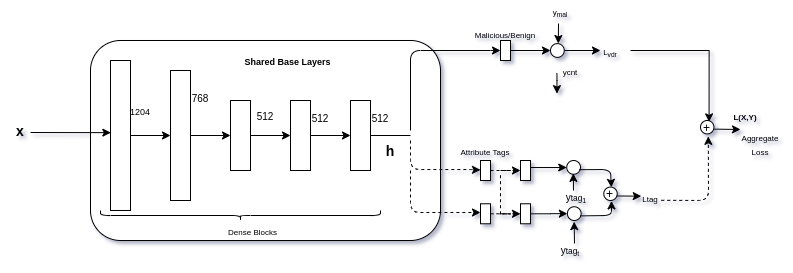
Above: ALOHA.png in ighosh98/DGA-Prediction (draw.io), before the change. Source tidied: cells renumbered, new cells last; positions are measured from the earlier drawing's top-left corner, leaving out a move shared by most shapes.
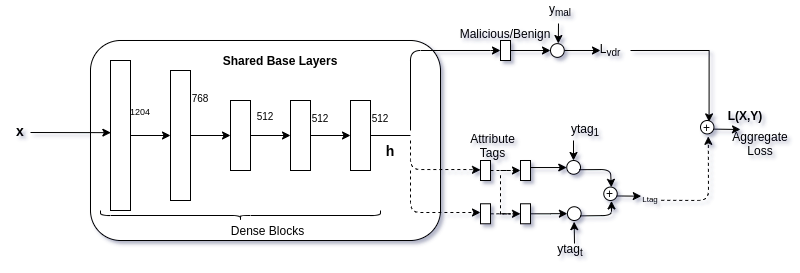
After the change.

Change to the diagram source:
```diff
@@ -120,10 +120,10 @@
         </Array>
       </mxGeometry>
     </mxCell>
-    <mxCell id="31" value="&lt;font style=&quot;font-size: 8px&quot;&gt;Attribute Tags&lt;/font&gt;" style="text;html=1;strokeColor=none;fillColor=none;align=center;verticalAlign=middle;whiteSpace=wrap;rounded=0;" parent="1" vertex="1">
-      <mxGeometry x="455" y="140" width="60" height="20" as="geometry" />
+    <mxCell id="31" value="&lt;font style=&quot;font-size: 12px&quot;&gt;Attribute Tags&lt;/font&gt;" style="text;html=1;strokeColor=none;fillColor=none;align=center;verticalAlign=middle;whiteSpace=wrap;rounded=0;" parent="1" vertex="1">
+      <mxGeometry x="455" y="130" width="75" height="30" as="geometry" />
     </mxCell>
-    <mxCell id="32" value="&lt;font style=&quot;font-size: 8px&quot;&gt;Malicious/Benign&lt;/font&gt;" style="text;html=1;strokeColor=none;fillColor=none;align=center;verticalAlign=middle;whiteSpace=wrap;rounded=0;" parent="1" vertex="1">
+    <mxCell id="32" value="&lt;font style=&quot;font-size: 12px&quot;&gt;Malicious/Benign&lt;/font&gt;" style="text;html=1;strokeColor=none;fillColor=none;align=center;verticalAlign=middle;whiteSpace=wrap;rounded=0;" parent="1" vertex="1">
       <mxGeometry x="450" y="23.1" width="110" height="20" as="geometry" />
     </mxCell>
     <mxCell id="33" style="endArrow=classic;html=1;entryX=0.971;entryY=0.994;entryDx=0;entryDy=0;entryPerimeter=0;" parent="1" edge="1">
@@ -132,18 +132,10 @@
         <mxPoint x="557.8" y="43" as="targetPoint" />
       </mxGeometry>
     </mxCell>
-    <mxCell id="34" style="endArrow=classic;html=1;" parent="1" edge="1">
-      <mxGeometry relative="1" as="geometry">
-        <mxPoint x="556" y="73" as="sourcePoint" />
-        <mxPoint x="556.5" y="93.1" as="targetPoint" />
-        <Array as="points">
-          <mxPoint x="556.5" y="73.1" />
-        </Array>
-      </mxGeometry>
-    </mxCell>
-    <mxCell id="35" style="endArrow=classic;html=1;entryX=0.478;entryY=0.938;entryDx=0;entryDy=0;entryPerimeter=0;" parent="1" edge="1" target="28">
+    <mxCell id="35" style="endArrow=classic;html=1;" parent="1" edge="1">
       <mxGeometry relative="1" as="geometry">
-        <mxPoint x="573" y="190" as="sourcePoint" />
+        <mxPoint x="573" y="140" as="sourcePoint" />
+        <mxPoint x="573" y="160" as="targetPoint" />
       </mxGeometry>
     </mxCell>
     <mxCell id="36" value="&lt;font style=&quot;font-size: 9px&quot;&gt;1204&lt;/font&gt;&lt;span style=&quot;color: rgba(0 , 0 , 0 , 0) ; font-family: monospace ; font-size: 0px&quot;&gt;%3CmxGraphModel%3E%3Croot%3E%3CmxCell%20id%3D%220%22%2F%3E%3CmxCell%20id%3D%221%22%20parent%3D%220%22%2F%3E%3CmxCell%20id%3D%222%22%20value%3D%22%22%20style%3D%22endArrow%3Dclassic%3Bhtml%3D1%3B%22%20edge%3D%221%22%20parent%3D%221%22%3E%3CmxGeometry%20width%3D%2250%22%20height%3D%2250%22%20relative%3D%221%22%20as%3D%22geometry%22%3E%3CmxPoint%20x%3D%22645%22%20y%3D%22290%22%20as%3D%22sourcePoint%22%2F%3E%3CmxPoint%20x%3D%22645%22%20y%3D%22268%22%20as%3D%22targetPoint%22%2F%3E%3CArray%20as%3D%22points%22%2F%3E%3C%2FmxGeometry%3E%3C%2FmxCell%3E%3C%2Froot%3E%3C%2FmxGraphModel%3E&lt;/span&gt;" style="text;html=1;strokeColor=none;fillColor=none;align=center;verticalAlign=middle;whiteSpace=wrap;rounded=0;" parent="1" vertex="1">
@@ -169,16 +161,13 @@
     <mxCell id="42" value="&lt;b&gt;&lt;font style=&quot;font-size: 14px&quot;&gt;x&lt;/font&gt;&lt;/b&gt;" style="text;html=1;strokeColor=none;fillColor=none;align=center;verticalAlign=middle;whiteSpace=wrap;rounded=0;" parent="1" vertex="1">
       <mxGeometry y="120" width="40" height="20" as="geometry" />
     </mxCell>
-    <mxCell id="43" value="&lt;font style=&quot;font-size: 8px&quot;&gt;y&lt;sub&gt;mal&lt;/sub&gt;&lt;/font&gt;" style="text;html=1;strokeColor=none;fillColor=none;align=center;verticalAlign=middle;whiteSpace=wrap;rounded=0;" parent="1" vertex="1">
+    <mxCell id="43" value="&lt;font style=&quot;font-size: 12px&quot;&gt;y&lt;sub&gt;mal&lt;/sub&gt;&lt;/font&gt;" style="text;html=1;strokeColor=none;fillColor=none;align=center;verticalAlign=middle;whiteSpace=wrap;rounded=0;" parent="1" vertex="1">
       <mxGeometry x="550" width="20" height="20" as="geometry" />
     </mxCell>
-    <mxCell id="44" value="&lt;font style=&quot;font-size: 8px&quot;&gt;ycnt&lt;/font&gt;" style="text;html=1;strokeColor=none;fillColor=none;align=center;verticalAlign=middle;whiteSpace=wrap;rounded=0;" parent="1" vertex="1">
-      <mxGeometry x="560" y="60" width="20" height="20" as="geometry" />
-    </mxCell>
-    <mxCell id="45" value="&lt;font size=&quot;1&quot;&gt;y&lt;/font&gt;&lt;span style=&quot;font-size: 8.33333px&quot;&gt;tag&lt;sub&gt;1&lt;/sub&gt;&lt;/span&gt;" style="text;html=1;strokeColor=none;fillColor=none;align=center;verticalAlign=middle;whiteSpace=wrap;rounded=0;" parent="1" vertex="1">
-      <mxGeometry x="566.2" y="186.6" width="20" height="20" as="geometry" />
+    <mxCell id="45" value="&lt;font style=&quot;font-size: 12px&quot;&gt;ytag&lt;sub&gt;1&lt;/sub&gt;&lt;/font&gt;" style="text;html=1;strokeColor=none;fillColor=none;align=center;verticalAlign=middle;whiteSpace=wrap;rounded=0;" parent="1" vertex="1">
+      <mxGeometry x="570" y="120" width="30" height="20" as="geometry" />
     </mxCell>
-    <mxCell id="46" value="&lt;font size=&quot;1&quot;&gt;y&lt;/font&gt;&lt;span style=&quot;font-size: 8.33333px&quot;&gt;tag&lt;sub&gt;t&lt;/sub&gt;&lt;/span&gt;" style="text;html=1;strokeColor=none;fillColor=none;align=center;verticalAlign=middle;whiteSpace=wrap;rounded=0;" parent="1" vertex="1">
+    <mxCell id="46" value="&lt;font style=&quot;font-size: 12px&quot;&gt;ytag&lt;sub&gt;t&lt;/sub&gt;&lt;/font&gt;" style="text;html=1;strokeColor=none;fillColor=none;align=center;verticalAlign=middle;whiteSpace=wrap;rounded=0;" parent="1" vertex="1">
       <mxGeometry x="560" y="240" width="20" height="20" as="geometry" />
     </mxCell>
     <mxCell id="47" style="endArrow=none;dashed=1;html=1;jumpSize=3;" parent="1" edge="1">
@@ -190,7 +179,7 @@
     <mxCell id="48" style="edgeStyle=orthogonalEdgeStyle;rounded=0;jumpSize=3;jettySize=auto;html=1;strokeWidth=1;entryX=0.638;entryY=0.103;entryDx=0;entryDy=0;entryPerimeter=0;" parent="1" edge="1" source="49" target="54">
       <mxGeometry relative="1" as="geometry" />
     </mxCell>
-    <mxCell id="49" value="&lt;font style=&quot;font-size: 8px&quot;&gt;L&lt;sub&gt;vdr&lt;/sub&gt;&lt;/font&gt;" style="text;html=1;strokeColor=none;fillColor=none;align=center;verticalAlign=middle;whiteSpace=wrap;rounded=0;" parent="1" vertex="1">
+    <mxCell id="49" value="&lt;font style=&quot;font-size: 12px&quot;&gt;L&lt;sub&gt;vdr&lt;/sub&gt;&lt;/font&gt;" style="text;html=1;strokeColor=none;fillColor=none;align=center;verticalAlign=middle;whiteSpace=wrap;rounded=0;" parent="1" vertex="1">
       <mxGeometry x="590" y="40" width="40" height="20" as="geometry" />
     </mxCell>
     <mxCell id="50" style="endArrow=classic;html=1;strokeWidth=1;exitX=0.891;exitY=0.67;exitDx=0;exitDy=0;exitPerimeter=0;entryX=0.564;entryY=0.021;entryDx=0;entryDy=0;entryPerimeter=0;" parent="1" edge="1" source="28" target="51">
@@ -231,20 +220,20 @@
         <mxPoint x="740" y="129" as="targetPoint" />
       </mxGeometry>
     </mxCell>
-    <mxCell id="58" value="&lt;span style=&quot;font-size: 8px&quot;&gt;&lt;b&gt;L(X,Y)&lt;/b&gt;&lt;/span&gt;" style="text;html=1;strokeColor=none;fillColor=none;align=center;verticalAlign=middle;whiteSpace=wrap;rounded=0;" parent="1" vertex="1">
+    <mxCell id="58" value="&lt;b&gt;&lt;font style=&quot;font-size: 12px&quot;&gt;L(X,Y)&lt;/font&gt;&lt;/b&gt;" style="text;html=1;strokeColor=none;fillColor=none;align=center;verticalAlign=middle;whiteSpace=wrap;rounded=0;" parent="1" vertex="1">
       <mxGeometry x="730" y="105" width="30" height="20" as="geometry" />
     </mxCell>
-    <mxCell id="59" value="&lt;font style=&quot;font-size: 8px&quot;&gt;Aggregate Loss&lt;/font&gt;" style="text;html=1;strokeColor=none;fillColor=none;align=center;verticalAlign=middle;whiteSpace=wrap;rounded=0;" parent="1" vertex="1">
+    <mxCell id="59" value="&lt;font style=&quot;font-size: 12px&quot;&gt;Aggregate Loss&lt;/font&gt;" style="text;html=1;strokeColor=none;fillColor=none;align=center;verticalAlign=middle;whiteSpace=wrap;rounded=0;" parent="1" vertex="1">
       <mxGeometry x="740" y="133.4" width="40" height="20" as="geometry" />
     </mxCell>
-    <mxCell id="60" value="&lt;font style=&quot;font-size: 9px&quot;&gt;&lt;b&gt;Shared Base Layers&lt;/b&gt;&lt;/font&gt;" style="text;html=1;strokeColor=none;fillColor=none;align=center;verticalAlign=middle;whiteSpace=wrap;rounded=0;" parent="1" vertex="1">
-      <mxGeometry x="235" y="50" width="105" height="20" as="geometry" />
+    <mxCell id="60" value="&lt;font style=&quot;font-size: 12px&quot;&gt;&lt;b&gt;Shared Base Layers&lt;/b&gt;&lt;/font&gt;" style="text;html=1;strokeColor=none;fillColor=none;align=center;verticalAlign=middle;whiteSpace=wrap;rounded=0;" parent="1" vertex="1">
+      <mxGeometry x="220" y="50" width="120" height="20" as="geometry" />
     </mxCell>
     <mxCell id="61" style="shape=curlyBracket;whiteSpace=wrap;html=1;rounded=1;direction=north;" parent="1" vertex="1">
       <mxGeometry x="100" y="210" width="280" height="10" as="geometry" />
     </mxCell>
-    <mxCell id="62" value="&lt;font style=&quot;font-size: 8px&quot;&gt;Dense Blocks&lt;/font&gt;" style="text;html=1;strokeColor=none;fillColor=none;align=center;verticalAlign=middle;whiteSpace=wrap;rounded=0;" parent="1" vertex="1">
-      <mxGeometry x="215" y="220" width="75" height="20" as="geometry" />
+    <mxCell id="62" value="&lt;font style=&quot;font-size: 12px&quot;&gt;Dense Blocks&lt;/font&gt;" style="text;html=1;strokeColor=none;fillColor=none;align=center;verticalAlign=middle;whiteSpace=wrap;rounded=0;" parent="1" vertex="1">
+      <mxGeometry x="215" y="220" width="105" height="20" as="geometry" />
     </mxCell>
     <mxCell id="63" value="&lt;b&gt;&lt;font style=&quot;font-size: 14px&quot;&gt;h&lt;/font&gt;&lt;/b&gt;" style="text;html=1;strokeColor=none;fillColor=none;align=center;verticalAlign=middle;whiteSpace=wrap;rounded=0;" parent="1" vertex="1">
       <mxGeometry x="370" y="140" width="40" height="20" as="geometry" />
```
